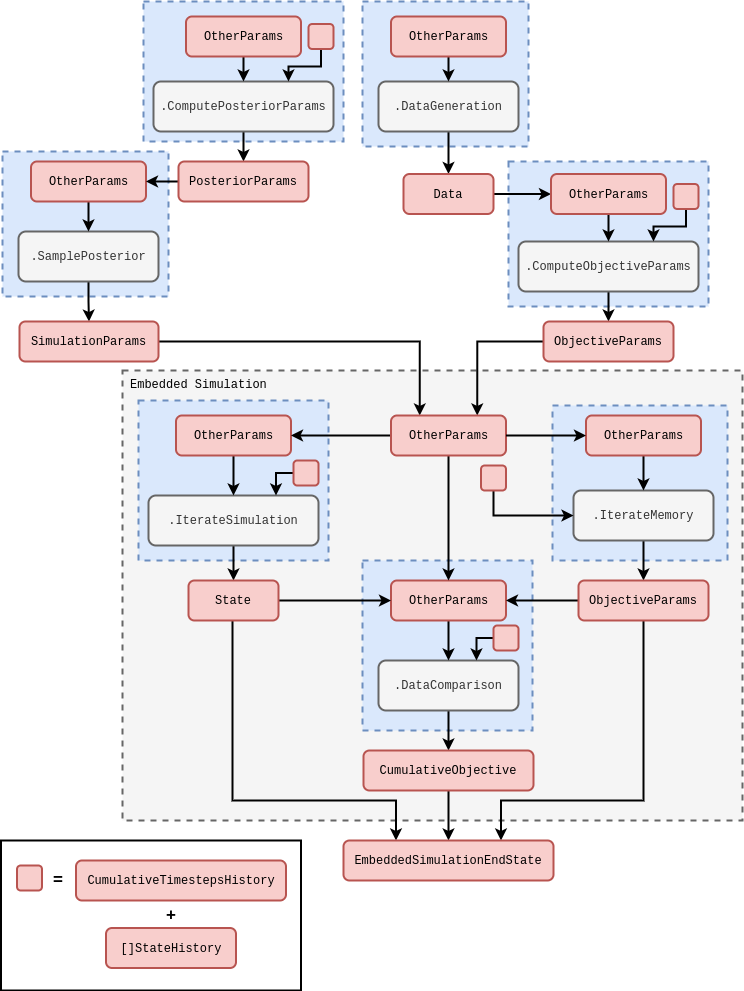
umbralcalc/umbralcalc.github.io keeps this draw.io diagram as assets/stochadexIII/stochadexIII-simulation-inference-code.drawio.png. Above is the earlier version. Source tidied: cells renumbered, new cells last; positions are measured from the earlier drawing's top-left corner, leaving out a move shared by most shapes.
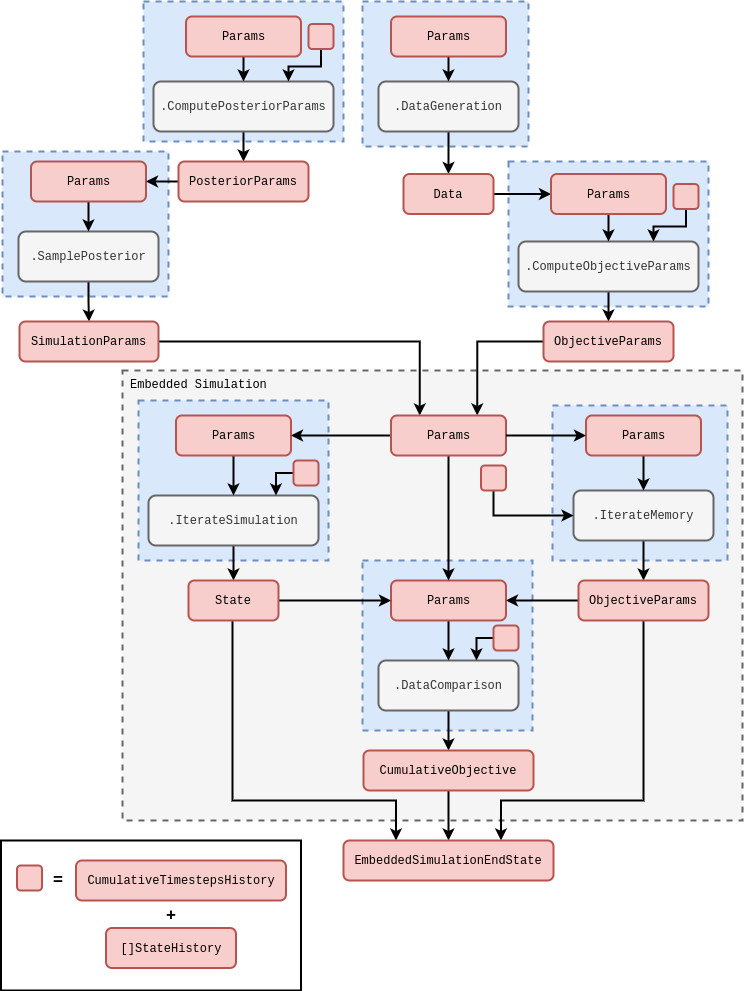
Above is the later version.

What changed in the source:
```diff
@@ -41,7 +41,7 @@
     <mxCell id="14" style="edgeStyle=orthogonalEdgeStyle;rounded=0;jettySize=auto;html=1;strokeWidth=2;" parent="1" edge="1" source="15" target="13">
       <mxGeometry relative="1" as="geometry" />
     </mxCell>
-    <mxCell id="15" value="&lt;font face=&quot;Courier New&quot;&gt;OtherParams&lt;/font&gt;" style="rounded=1;whiteSpace=wrap;html=1;strokeWidth=2;fillColor=#f8cecc;strokeColor=#b85450;" parent="1" vertex="1">
+    <mxCell id="15" value="&lt;font face=&quot;Courier New&quot;&gt;Params&lt;/font&gt;" style="rounded=1;whiteSpace=wrap;html=1;strokeWidth=2;fillColor=#f8cecc;strokeColor=#b85450;" parent="1" vertex="1">
       <mxGeometry x="390.5" y="579" width="115" height="40" as="geometry" />
     </mxCell>
     <mxCell id="16" style="edgeStyle=orthogonalEdgeStyle;rounded=0;jettySize=auto;html=1;entryX=0.75;entryY=0;entryDx=0;entryDy=0;strokeWidth=2;exitX=0;exitY=0.5;exitDx=0;exitDy=0;" parent="1" edge="1" source="32" target="62">
@@ -60,7 +60,7 @@
     <mxCell id="19" style="edgeStyle=orthogonalEdgeStyle;rounded=0;jettySize=auto;html=1;strokeWidth=2;" parent="1" edge="1" source="20" target="18">
       <mxGeometry relative="1" as="geometry" />
     </mxCell>
-    <mxCell id="20" value="&lt;font face=&quot;Courier New&quot;&gt;OtherParams&lt;/font&gt;" style="rounded=1;whiteSpace=wrap;html=1;strokeWidth=2;fillColor=#f8cecc;strokeColor=#b85450;" parent="1" vertex="1">
+    <mxCell id="20" value="&lt;font face=&quot;Courier New&quot;&gt;Params&lt;/font&gt;" style="rounded=1;whiteSpace=wrap;html=1;strokeWidth=2;fillColor=#f8cecc;strokeColor=#b85450;" parent="1" vertex="1">
       <mxGeometry x="550.5" y="172.5" width="115" height="40" as="geometry" />
     </mxCell>
     <mxCell id="21" style="edgeStyle=orthogonalEdgeStyle;rounded=0;jettySize=auto;html=1;strokeWidth=2;" parent="1" edge="1" source="22" target="25">
@@ -86,13 +86,13 @@
     <mxCell id="26" style="edgeStyle=orthogonalEdgeStyle;rounded=0;jettySize=auto;html=1;strokeWidth=2;" parent="1" edge="1" source="27" target="9">
       <mxGeometry relative="1" as="geometry" />
     </mxCell>
-    <mxCell id="27" value="&lt;font face=&quot;Courier New&quot;&gt;OtherParams&lt;/font&gt;" style="rounded=1;whiteSpace=wrap;html=1;strokeWidth=2;fillColor=#f8cecc;strokeColor=#b85450;" parent="1" vertex="1">
+    <mxCell id="27" value="&lt;font face=&quot;Courier New&quot;&gt;Params&lt;/font&gt;" style="rounded=1;whiteSpace=wrap;html=1;strokeWidth=2;fillColor=#f8cecc;strokeColor=#b85450;" parent="1" vertex="1">
       <mxGeometry x="390.5" y="15" width="115" height="40" as="geometry" />
     </mxCell>
     <mxCell id="28" style="edgeStyle=orthogonalEdgeStyle;rounded=0;jettySize=auto;html=1;strokeWidth=2;" parent="1" edge="1" source="29" target="22">
       <mxGeometry relative="1" as="geometry" />
     </mxCell>
-    <mxCell id="29" value="&lt;font face=&quot;Courier New&quot;&gt;OtherParams&lt;/font&gt;" style="rounded=1;whiteSpace=wrap;html=1;strokeWidth=2;fillColor=#f8cecc;strokeColor=#b85450;" parent="1" vertex="1">
+    <mxCell id="29" value="&lt;font face=&quot;Courier New&quot;&gt;Params&lt;/font&gt;" style="rounded=1;whiteSpace=wrap;html=1;strokeWidth=2;fillColor=#f8cecc;strokeColor=#b85450;" parent="1" vertex="1">
       <mxGeometry x="175.5" y="414" width="115" height="40" as="geometry" />
     </mxCell>
     <mxCell id="30" style="edgeStyle=orthogonalEdgeStyle;rounded=0;jettySize=auto;html=1;strokeWidth=2;" parent="1" edge="1" source="31" target="74">
@@ -143,7 +143,7 @@
     <mxCell id="42" style="edgeStyle=orthogonalEdgeStyle;rounded=0;jettySize=auto;html=1;strokeWidth=2;" parent="1" edge="1" source="43" target="39">
       <mxGeometry relative="1" as="geometry" />
     </mxCell>
-    <mxCell id="43" value="&lt;font face=&quot;Courier New&quot;&gt;OtherParams&lt;/font&gt;" style="rounded=1;whiteSpace=wrap;html=1;strokeWidth=2;fillColor=#f8cecc;strokeColor=#b85450;" parent="1" vertex="1">
+    <mxCell id="43" value="&lt;font face=&quot;Courier New&quot;&gt;Params&lt;/font&gt;" style="rounded=1;whiteSpace=wrap;html=1;strokeWidth=2;fillColor=#f8cecc;strokeColor=#b85450;" parent="1" vertex="1">
       <mxGeometry x="30.5" y="160" width="115" height="40" as="geometry" />
     </mxCell>
     <mxCell id="44" value="&lt;font face=&quot;Courier New&quot;&gt;[]StateHistory&lt;/font&gt;" style="rounded=1;whiteSpace=wrap;html=1;strokeWidth=2;fillColor=#f8cecc;strokeColor=#b85450;" parent="1" vertex="1">
@@ -173,7 +173,7 @@
     <mxCell id="52" style="edgeStyle=orthogonalEdgeStyle;rounded=0;jettySize=auto;html=1;strokeWidth=2;" parent="1" edge="1" source="53" target="51">
       <mxGeometry relative="1" as="geometry" />
     </mxCell>
-    <mxCell id="53" value="&lt;font face=&quot;Courier New&quot;&gt;OtherParams&lt;/font&gt;" style="rounded=1;whiteSpace=wrap;html=1;strokeWidth=2;fillColor=#f8cecc;strokeColor=#b85450;" parent="1" vertex="1">
+    <mxCell id="53" value="&lt;font face=&quot;Courier New&quot;&gt;Params&lt;/font&gt;" style="rounded=1;whiteSpace=wrap;html=1;strokeWidth=2;fillColor=#f8cecc;strokeColor=#b85450;" parent="1" vertex="1">
       <mxGeometry x="185.5" y="15" width="115" height="40" as="geometry" />
     </mxCell>
     <mxCell id="54" style="edgeStyle=orthogonalEdgeStyle;rounded=0;jettySize=auto;html=1;strokeWidth=2;" parent="1" edge="1" source="55" target="43">
@@ -210,7 +210,7 @@
     <mxCell id="61" style="edgeStyle=orthogonalEdgeStyle;rounded=0;jettySize=auto;html=1;strokeWidth=2;" parent="1" edge="1" source="62" target="15">
       <mxGeometry relative="1" as="geometry" />
     </mxCell>
-    <mxCell id="62" value="&lt;font face=&quot;Courier New&quot;&gt;OtherParams&lt;/font&gt;" style="rounded=1;whiteSpace=wrap;html=1;strokeWidth=2;fillColor=#f8cecc;strokeColor=#b85450;" parent="1" vertex="1">
+    <mxCell id="62" value="&lt;font face=&quot;Courier New&quot;&gt;Params&lt;/font&gt;" style="rounded=1;whiteSpace=wrap;html=1;strokeWidth=2;fillColor=#f8cecc;strokeColor=#b85450;" parent="1" vertex="1">
       <mxGeometry x="390.5" y="414" width="115" height="40" as="geometry" />
     </mxCell>
     <mxCell id="63" style="rounded=0;whiteSpace=wrap;html=1;dashed=1;strokeWidth=2;fillColor=#dae8fc;strokeColor=#6c8ebf;" parent="1" vertex="1">
@@ -225,7 +225,7 @@
     <mxCell id="66" style="edgeStyle=orthogonalEdgeStyle;rounded=0;jettySize=auto;html=1;strokeWidth=2;" parent="1" edge="1" source="67" target="65">
       <mxGeometry relative="1" as="geometry" />
     </mxCell>
-    <mxCell id="67" value="&lt;font face=&quot;Courier New&quot;&gt;OtherParams&lt;/font&gt;" style="rounded=1;whiteSpace=wrap;html=1;strokeWidth=2;fillColor=#f8cecc;strokeColor=#b85450;" parent="1" vertex="1">
+    <mxCell id="67" value="&lt;font face=&quot;Courier New&quot;&gt;Params&lt;/font&gt;" style="rounded=1;whiteSpace=wrap;html=1;strokeWidth=2;fillColor=#f8cecc;strokeColor=#b85450;" parent="1" vertex="1">
       <mxGeometry x="585.5" y="414" width="115" height="40" as="geometry" />
     </mxCell>
     <mxCell id="68" style="edgeStyle=orthogonalEdgeStyle;rounded=0;jettySize=auto;html=1;entryX=1;entryY=0.5;entryDx=0;entryDy=0;strokeWidth=2;" parent="1" edge="1" source="70" target="15">
```
